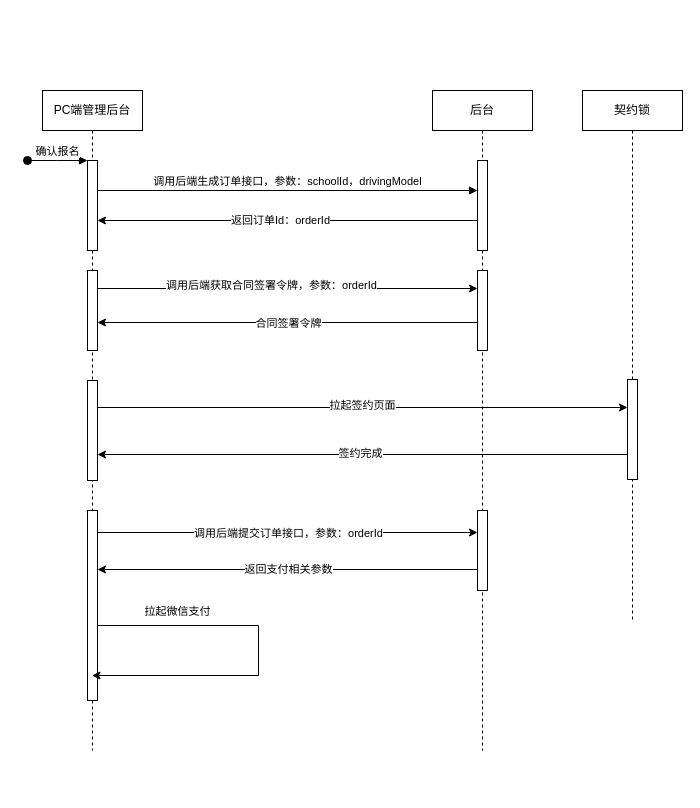
Before: PC端支付流程.drawio in ghappier/draw, a draw.io diagram. Source tidied: cells renumbered, new cells numbered last; positions are measured from the earlier drawing's top-left corner, leaving out a move shared by most shapes. Both pictures are drawn from the tidied source at 100%, with x=0, y=0 at pixel (27, 90).
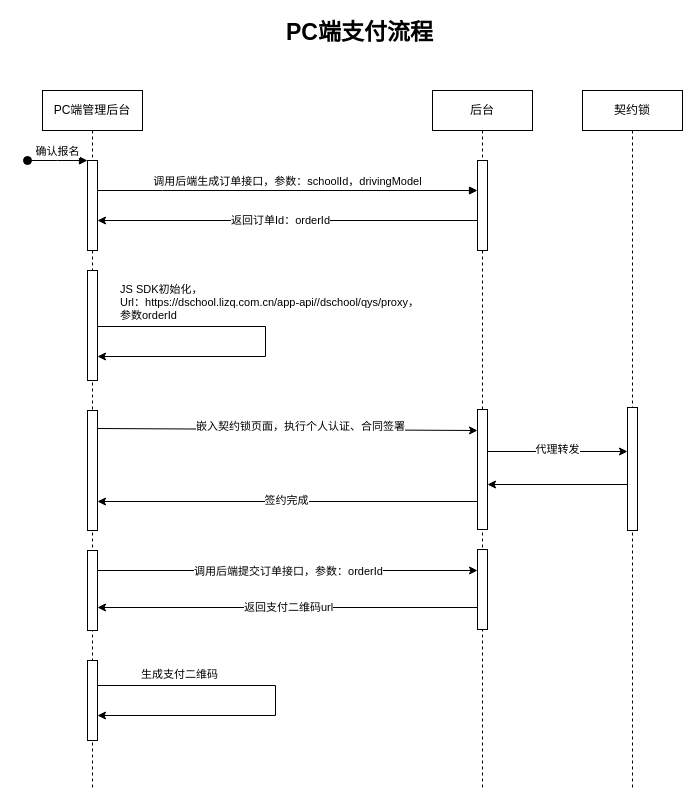
After the change.

Commit message (it also covers changes not shown here):
更新PC端支付流程.drawio

Change to the diagram source:
```diff
@@
     <mxCell id="2" value="PC端管理后台" style="shape=umlLifeline;perimeter=lifelinePerimeter;whiteSpace=wrap;html=1;newEdgeStyle={&quot;edgeStyle&quot;:&quot;elbowEdgeStyle&quot;,&quot;elbow&quot;:&quot;vertical&quot;,&quot;curved&quot;:0,&quot;rounded&quot;:0};" parent="1" vertex="1">
-      <mxGeometry x="15" width="100" height="660" as="geometry" />
+      <mxGeometry x="15" width="100" height="700" as="geometry" />
     </mxCell>
@@
     <mxCell id="5" style="html=1;perimeter=orthogonalPerimeter;targetShapes=umlLifeline;newEdgeStyle={&quot;edgeStyle&quot;:&quot;elbowEdgeStyle&quot;,&quot;elbow&quot;:&quot;vertical&quot;,&quot;curved&quot;:0,&quot;rounded&quot;:0};" parent="2" vertex="1">
-      <mxGeometry x="45" y="290" width="10" height="100" as="geometry" />
+      <mxGeometry x="45" y="320" width="10" height="120" as="geometry" />
     </mxCell>
     <mxCell id="6" style="html=1;perimeter=orthogonalPerimeter;targetShapes=umlLifeline;newEdgeStyle={&quot;edgeStyle&quot;:&quot;elbowEdgeStyle&quot;,&quot;elbow&quot;:&quot;vertical&quot;,&quot;curved&quot;:0,&quot;rounded&quot;:0};" parent="2" vertex="1">
-      <mxGeometry x="45" y="180" width="10" height="80" as="geometry" />
+      <mxGeometry x="45" y="180" width="10" height="110" as="geometry" />
     </mxCell>
+    <mxCell id="31" style="html=1;perimeter=orthogonalPerimeter;targetShapes=umlLifeline;newEdgeStyle={&quot;edgeStyle&quot;:&quot;elbowEdgeStyle&quot;,&quot;elbow&quot;:&quot;vertical&quot;,&quot;curved&quot;:0,&quot;rounded&quot;:0};" parent="2" vertex="1">
+      <mxGeometry x="45" y="570" width="10" height="80" as="geometry" />
+    </mxCell>
+    <mxCell id="32" style="endArrow=classic;html=1;rounded=0;" parent="2" edge="1">
+      <mxGeometry relative="1" as="geometry">
+        <mxPoint x="55" y="595" as="sourcePoint" />
+        <mxPoint x="55" y="625" as="targetPoint" />
+        <Array as="points">
+          <mxPoint x="233" y="595" />
+          <mxPoint x="233" y="625" />
+        </Array>
+      </mxGeometry>
+    </mxCell>
+    <mxCell id="33" value="生成支付二维码" style="edgeLabel;html=1;align=center;verticalAlign=middle;" parent="32" vertex="1">
+      <mxGeometry x="-0.58" relative="1" as="geometry">
+        <mxPoint y="-12" as="offset" />
+      </mxGeometry>
+    </mxCell>
     <mxCell id="7" value="后台" style="shape=umlLifeline;perimeter=lifelinePerimeter;whiteSpace=wrap;html=1;newEdgeStyle={&quot;edgeStyle&quot;:&quot;elbowEdgeStyle&quot;,&quot;elbow&quot;:&quot;vertical&quot;,&quot;curved&quot;:0,&quot;rounded&quot;:0};" parent="1" vertex="1">
-      <mxGeometry x="405" width="100" height="660" as="geometry" />
+      <mxGeometry x="405" width="100" height="700" as="geometry" />
     </mxCell>
@@
     <mxCell id="9" style="html=1;perimeter=orthogonalPerimeter;targetShapes=umlLifeline;newEdgeStyle={&quot;edgeStyle&quot;:&quot;elbowEdgeStyle&quot;,&quot;elbow&quot;:&quot;vertical&quot;,&quot;curved&quot;:0,&quot;rounded&quot;:0};" parent="7" vertex="1">
-      <mxGeometry x="45" y="420" width="10" height="80" as="geometry" />
+      <mxGeometry x="45" y="459" width="10" height="80" as="geometry" />
     </mxCell>
     <mxCell id="10" style="html=1;perimeter=orthogonalPerimeter;targetShapes=umlLifeline;newEdgeStyle={&quot;edgeStyle&quot;:&quot;elbowEdgeStyle&quot;,&quot;elbow&quot;:&quot;vertical&quot;,&quot;curved&quot;:0,&quot;rounded&quot;:0};" parent="7" vertex="1">
-      <mxGeometry x="45" y="180" width="10" height="80" as="geometry" />
+      <mxGeometry x="45" y="319" width="10" height="120" as="geometry" />
     </mxCell>
@@
-    <mxCell id="14" style="endArrow=classic;html=1;rounded=0;" parent="1" edge="1">
-      <mxGeometry relative="1" as="geometry">
-        <mxPoint x="70" y="198" as="sourcePoint" />
-        <mxPoint x="450" y="198" as="targetPoint" />
-      </mxGeometry>
-    </mxCell>
-    <mxCell id="15" value="调用后端获取合同签署令牌，参数：orderId" style="edgeLabel;html=1;align=center;verticalAlign=middle;" parent="14" vertex="1">
-      <mxGeometry x="-0.32" y="4" relative="1" as="geometry">
-        <mxPoint x="44" as="offset" />
-      </mxGeometry>
-    </mxCell>
     <mxCell id="16" value="契约锁" style="shape=umlLifeline;perimeter=lifelinePerimeter;whiteSpace=wrap;html=1;newEdgeStyle={&quot;edgeStyle&quot;:&quot;elbowEdgeStyle&quot;,&quot;elbow&quot;:&quot;vertical&quot;,&quot;curved&quot;:0,&quot;rounded&quot;:0};" parent="1" vertex="1">
-      <mxGeometry x="555" width="100" height="530" as="geometry" />
+      <mxGeometry x="555" width="100" height="700" as="geometry" />
     </mxCell>
     <mxCell id="17" style="html=1;perimeter=orthogonalPerimeter;targetShapes=umlLifeline;newEdgeStyle={&quot;edgeStyle&quot;:&quot;elbowEdgeStyle&quot;,&quot;elbow&quot;:&quot;vertical&quot;,&quot;curved&quot;:0,&quot;rounded&quot;:0};" parent="16" vertex="1">
-      <mxGeometry x="45" y="289" width="10" height="100" as="geometry" />
+      <mxGeometry x="45" y="317" width="10" height="123" as="geometry" />
     </mxCell>
-    <mxCell id="18" style="endArrow=classic;html=1;rounded=0;" parent="1" edge="1">
-      <mxGeometry relative="1" as="geometry">
-        <mxPoint x="450" y="232" as="sourcePoint" />
-        <mxPoint x="70" y="232" as="targetPoint" />
-      </mxGeometry>
-    </mxCell>
-    <mxCell id="19" value="合同签署令牌" style="edgeLabel;html=1;align=center;verticalAlign=middle;" parent="18" vertex="1">
-      <mxGeometry relative="1" as="geometry" />
-    </mxCell>
     <mxCell id="20" style="endArrow=classic;html=1;rounded=0;" parent="1" edge="1">
       <mxGeometry relative="1" as="geometry">
-        <mxPoint x="70" y="317" as="sourcePoint" />
-        <mxPoint x="600" y="317" as="targetPoint" />
+        <mxPoint x="70" y="338" as="sourcePoint" />
+        <mxPoint x="450" y="340" as="targetPoint" />
       </mxGeometry>
     </mxCell>
-    <mxCell id="21" value="拉起签约页面" style="edgeLabel;html=1;align=center;verticalAlign=middle;" parent="20" vertex="1">
+    <mxCell id="21" value="嵌入契约锁页面，执行个人认证、合同签署" style="edgeLabel;html=1;align=center;verticalAlign=middle;" parent="20" vertex="1">
       <mxGeometry x="-0.17" y="3" relative="1" as="geometry">
         <mxPoint x="44" as="offset" />
       </mxGeometry>
     </mxCell>
     <mxCell id="22" style="endArrow=classic;html=1;rounded=0;" parent="1" edge="1">
       <mxGeometry relative="1" as="geometry">
-        <mxPoint x="600" y="364" as="sourcePoint" />
-        <mxPoint x="70" y="364" as="targetPoint" />
+        <mxPoint x="450" y="411" as="sourcePoint" />
+        <mxPoint x="70" y="411" as="targetPoint" />
       </mxGeometry>
     </mxCell>
@@
     <mxCell id="24" style="html=1;perimeter=orthogonalPerimeter;targetShapes=umlLifeline;newEdgeStyle={&quot;edgeStyle&quot;:&quot;elbowEdgeStyle&quot;,&quot;elbow&quot;:&quot;vertical&quot;,&quot;curved&quot;:0,&quot;rounded&quot;:0};" parent="1" vertex="1">
-      <mxGeometry x="60" y="420" width="10" height="190" as="geometry" />
+      <mxGeometry x="60" y="460" width="10" height="80" as="geometry" />
     </mxCell>
     <mxCell id="25" style="endArrow=classic;html=1;rounded=0;" parent="1" edge="1">
       <mxGeometry relative="1" as="geometry">
-        <mxPoint x="70" y="442" as="sourcePoint" />
-        <mxPoint x="450" y="442" as="targetPoint" />
+        <mxPoint x="70" y="480" as="sourcePoint" />
+        <mxPoint x="450" y="480" as="targetPoint" />
       </mxGeometry>
     </mxCell>
@@
     <mxCell id="27" style="endArrow=classic;html=1;rounded=0;" parent="1" edge="1">
       <mxGeometry relative="1" as="geometry">
-        <mxPoint x="450" y="479" as="sourcePoint" />
-        <mxPoint x="70" y="479" as="targetPoint" />
+        <mxPoint x="450" y="517" as="sourcePoint" />
+        <mxPoint x="70" y="517" as="targetPoint" />
       </mxGeometry>
     </mxCell>
-    <mxCell id="28" value="返回支付相关参数" style="edgeLabel;html=1;align=center;verticalAlign=middle;" parent="27" vertex="1">
+    <mxCell id="28" value="返回支付二维码url" style="edgeLabel;html=1;align=center;verticalAlign=middle;" parent="27" vertex="1">
       <mxGeometry y="-1" relative="1" as="geometry" />
     </mxCell>
-    <mxCell id="29" style="endArrow=classic;html=1;rounded=0;exitX=1;exitY=0.579;exitDx=0;exitDy=0;exitPerimeter=0;" parent="1" edge="1">
+    <mxCell id="29" style="endArrow=classic;html=1;rounded=0;" parent="1" edge="1">
       <mxGeometry relative="1" as="geometry">
-        <mxPoint x="70" y="535" as="sourcePoint" />
-        <mxPoint x="64.5" y="585" as="targetPoint" />
+        <mxPoint x="70" y="236" as="sourcePoint" />
+        <mxPoint x="70" y="266" as="targetPoint" />
         <Array as="points">
-          <mxPoint x="231" y="535" />
-          <mxPoint x="231" y="585" />
+          <mxPoint x="238" y="236" />
+          <mxPoint x="238" y="266" />
         </Array>
       </mxGeometry>
     </mxCell>
-    <mxCell id="30" value="拉起微信支付" style="edgeLabel;html=1;align=center;verticalAlign=middle;" parent="29" vertex="1">
+    <mxCell id="30" value="JS SDK初始化，&lt;br&gt;Url：https://dschool.lizq.com.cn/app-api//dschool/qys/proxy，&lt;br&gt;参数orderId" style="edgeLabel;html=1;align=left;verticalAlign=middle;" parent="29" vertex="1">
       <mxGeometry x="-0.58" relative="1" as="geometry">
-        <mxPoint y="-15" as="offset" />
+        <mxPoint x="-56" y="-25" as="offset" />
       </mxGeometry>
     </mxCell>
+    <mxCell id="34" style="endArrow=classic;html=1;rounded=0;" parent="1" edge="1">
+      <mxGeometry relative="1" as="geometry">
+        <mxPoint x="460" y="361" as="sourcePoint" />
+        <mxPoint x="600" y="361" as="targetPoint" />
+      </mxGeometry>
+    </mxCell>
+    <mxCell id="35" value="代理转发" style="edgeLabel;html=1;align=center;verticalAlign=middle;" parent="34" vertex="1">
+      <mxGeometry x="-0.02" y="3" relative="1" as="geometry" />
+    </mxCell>
+    <mxCell id="36" style="endArrow=classic;html=1;rounded=0;" parent="1" edge="1">
+      <mxGeometry relative="1" as="geometry">
+        <mxPoint x="600" y="394" as="sourcePoint" />
+        <mxPoint x="460" y="394" as="targetPoint" />
+      </mxGeometry>
+    </mxCell>
+    <mxCell id="37" value="PC端支付流程" style="text;html=1;strokeColor=none;fillColor=none;align=center;verticalAlign=middle;whiteSpace=wrap;rounded=0;fontStyle=1;fontSize=23;" parent="1" vertex="1">
+      <mxGeometry x="255" y="-73" width="155" height="30" as="geometry" />
+    </mxCell>
```
